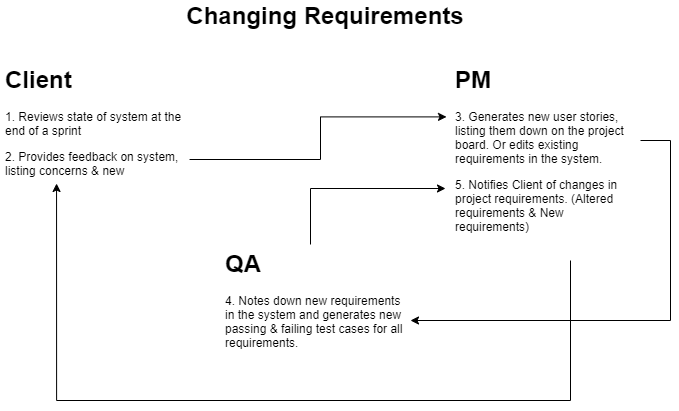
Above: Processes/ChangeRequirements.png in ETI-Oct2020-Team5/RatVenture (draw.io), before the change. Source tidied: cells renumbered, new cells last; positions are measured from the earlier drawing's top-left corner, leaving out a move shared by most shapes.
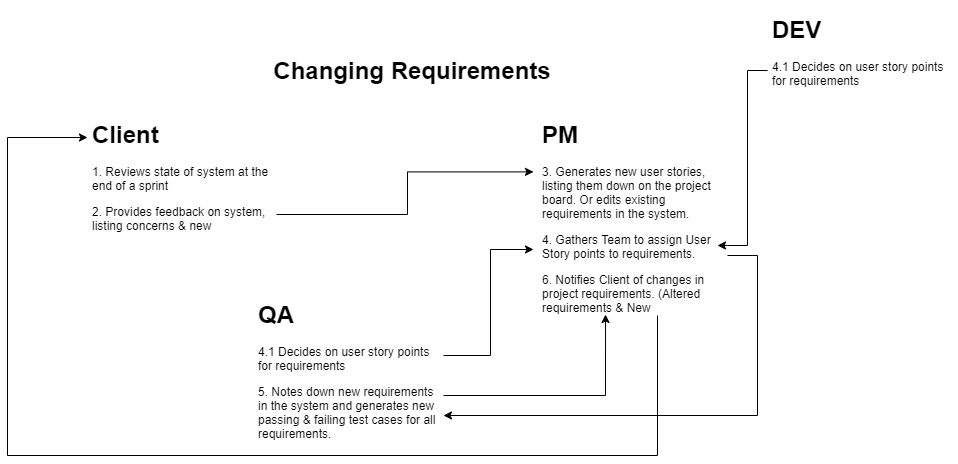
Above is the later version.

Change to the diagram source:
```diff
@@ -11,36 +11,57 @@
     <mxCell id="4" value="&lt;h1&gt;Client&lt;/h1&gt;&lt;p&gt;1. Reviews state of system at the end of a sprint&lt;/p&gt;&lt;p&gt;2. Provides feedback on system, listing concerns &amp;amp; new requirements&lt;/p&gt;" style="text;html=1;strokeColor=none;fillColor=none;spacing=5;spacingTop=-20;whiteSpace=wrap;overflow=hidden;rounded=0;" parent="1" vertex="1">
       <mxGeometry y="60" width="190" height="120" as="geometry" />
     </mxCell>
-    <mxCell id="5" style="edgeStyle=orthogonalEdgeStyle;rounded=0;jettySize=auto;html=1;" parent="1" edge="1" source="7">
+    <mxCell id="5" style="edgeStyle=orthogonalEdgeStyle;rounded=0;jettySize=auto;html=1;" parent="1" edge="1" source="7" target="9">
       <mxGeometry relative="1" as="geometry">
-        <mxPoint x="410" y="320" as="targetPoint" />
         <Array as="points">
-          <mxPoint x="670" y="140" />
-          <mxPoint x="670" y="320" />
+          <mxPoint x="670" y="200" />
+          <mxPoint x="670" y="360" />
         </Array>
       </mxGeometry>
     </mxCell>
-    <mxCell id="6" style="edgeStyle=orthogonalEdgeStyle;rounded=0;jettySize=auto;html=1;entryX=0.295;entryY=1.025;entryDx=0;entryDy=0;entryPerimeter=0;" parent="1" edge="1" source="7" target="4">
+    <mxCell id="6" style="edgeStyle=orthogonalEdgeStyle;rounded=0;jettySize=auto;html=1;" parent="1" edge="1" source="7">
       <mxGeometry relative="1" as="geometry">
+        <mxPoint y="82" as="targetPoint" />
         <Array as="points">
           <mxPoint x="570" y="400" />
-          <mxPoint x="56" y="400" />
+          <mxPoint x="-80" y="400" />
+          <mxPoint x="-80" y="82" />
         </Array>
       </mxGeometry>
     </mxCell>
-    <mxCell id="7" value="&lt;h1&gt;PM&lt;/h1&gt;&lt;p&gt;3. Generates new user stories, listing them down on the project board. Or edits existing requirements in the system.&lt;/p&gt;&lt;p&gt;5. Notifies Client of changes in project requirements. (Altered requirements &amp;amp; New requirements)&lt;br&gt;&lt;/p&gt;" style="text;html=1;strokeColor=none;fillColor=none;spacing=5;spacingTop=-20;whiteSpace=wrap;overflow=hidden;rounded=0;" parent="1" vertex="1">
+    <mxCell id="7" value="&lt;h1&gt;PM&lt;/h1&gt;&lt;p&gt;3. Generates new user stories, listing them down on the project board. Or edits existing requirements in the system.&amp;nbsp;&lt;/p&gt;&lt;p&gt;4. Gathers Team to assign User Story points to requirements.&amp;nbsp;&lt;/p&gt;&lt;p&gt;6. Notifies Client of changes in project requirements. (Altered requirements &amp;amp; New requirements)&lt;br&gt;&lt;/p&gt;" style="text;html=1;strokeColor=none;fillColor=none;spacing=5;spacingTop=-20;whiteSpace=wrap;overflow=hidden;rounded=0;" parent="1" vertex="1">
       <mxGeometry x="450" y="60" width="190" height="200" as="geometry" />
     </mxCell>
-    <mxCell id="8" style="edgeStyle=orthogonalEdgeStyle;rounded=0;jettySize=auto;html=1;" parent="1" edge="1" source="9">
-      <mxGeometry relative="1" as="geometry">
-        <mxPoint x="445" y="188" as="targetPoint" />
-        <Array as="points">
-          <mxPoint x="310" y="188" />
-        </Array>
-      </mxGeometry>
-    </mxCell>
+    <mxCell id="10" style="edgeStyle=orthogonalEdgeStyle;rounded=0;jettySize=auto;html=1;entryX=-0.021;entryY=0.67;entryDx=0;entryDy=0;entryPerimeter=0;" parent="1" edge="1" source="9" target="7">
+      <mxGeometry relative="1" as="geometry">
+        <Array as="points">
+          <mxPoint x="403" y="300" />
+          <mxPoint x="403" y="194" />
+        </Array>
+      </mxGeometry>
+    </mxCell>
+    <mxCell id="11" style="edgeStyle=orthogonalEdgeStyle;rounded=0;jettySize=auto;html=1;entryX=0.358;entryY=0.995;entryDx=0;entryDy=0;entryPerimeter=0;" parent="1" edge="1" source="9" target="7">
+      <mxGeometry relative="1" as="geometry">
+        <Array as="points">
+          <mxPoint x="518" y="340" />
+        </Array>
+      </mxGeometry>
+    </mxCell>
-    <mxCell id="9" value="&lt;h1&gt;QA&lt;/h1&gt;&lt;p&gt;4. Notes down new requirements in the system and generates new passing &amp;amp; failing test cases for all requirements.&lt;/p&gt;&lt;p&gt;&lt;br&gt;&lt;/p&gt;" style="text;html=1;strokeColor=none;fillColor=none;spacing=5;spacingTop=-20;whiteSpace=wrap;overflow=hidden;rounded=0;" parent="1" vertex="1">
-      <mxGeometry x="220" y="244" width="190" height="166" as="geometry" />
+    <mxCell id="9" value="&lt;h1&gt;QA&lt;/h1&gt;&lt;p&gt;4.1 Decides on user story points for requirements&lt;/p&gt;&lt;p&gt;5. Notes down new requirements in the system and generates new passing &amp;amp; failing test cases for all requirements.&lt;/p&gt;&lt;p&gt;&lt;br&gt;&lt;/p&gt;" style="text;html=1;strokeColor=none;fillColor=none;spacing=5;spacingTop=-20;whiteSpace=wrap;overflow=hidden;rounded=0;" parent="1" vertex="1">
+      <mxGeometry x="166" y="240" width="190" height="166" as="geometry" />
     </mxCell>
+    <mxCell id="12" style="edgeStyle=orthogonalEdgeStyle;rounded=0;jettySize=auto;html=1;" parent="1" edge="1" source="13">
+      <mxGeometry relative="1" as="geometry">
+        <mxPoint x="630" y="190" as="targetPoint" />
+        <Array as="points">
+          <mxPoint x="660" y="15" />
+          <mxPoint x="660" y="190" />
+          <mxPoint x="640" y="190" />
+        </Array>
+      </mxGeometry>
+    </mxCell>
+    <mxCell id="13" value="&lt;h1&gt;DEV&lt;/h1&gt;&lt;p&gt;4.1 Decides on user story points for requirements&lt;/p&gt;" style="text;html=1;strokeColor=none;fillColor=none;spacing=5;spacingTop=-20;whiteSpace=wrap;overflow=hidden;rounded=0;" parent="1" vertex="1">
+      <mxGeometry x="680" y="-45" width="190" height="120" as="geometry" />
+    </mxCell>
   </root>
 </mxGraphModel>
```
